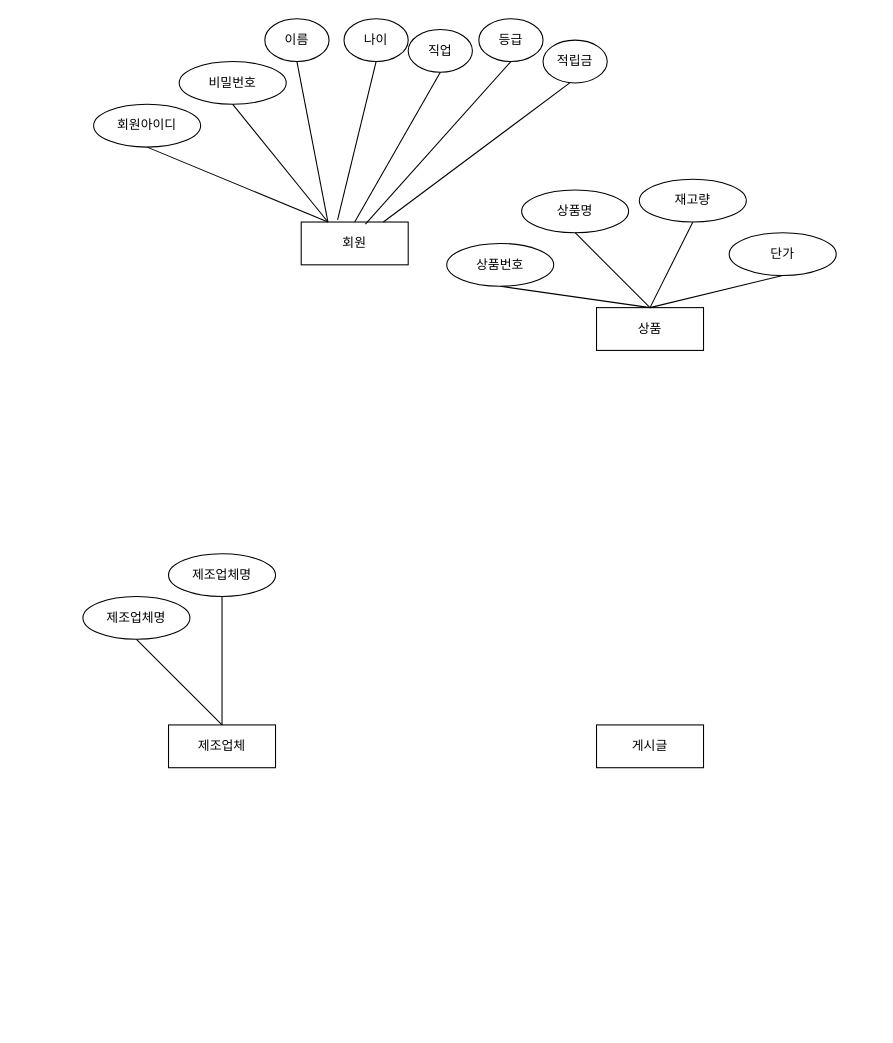
Before: mart.drawio in jinkyungpark/dbdesign, a draw.io diagram. Source tidied: cells renumbered, new cells numbered last; positions are measured from the earlier drawing's top-left corner, leaving out a move shared by most shapes. Both pictures are drawn from the tidied source at 107%, with x=0, y=0 at pixel (82, 18).
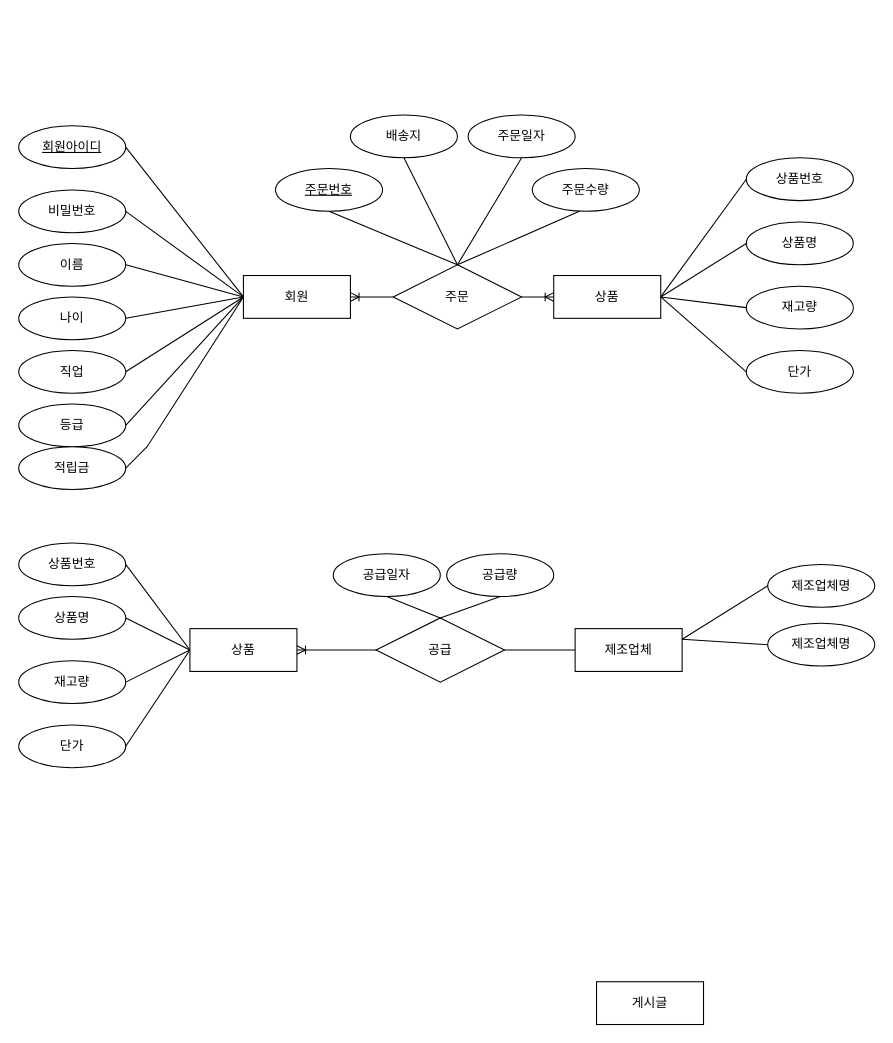
Above is the later version.

The edit, as a diff of the source:
```diff
@@
     <mxCell id="2" value="회원" style="whiteSpace=wrap;html=1;align=center;" parent="1" vertex="1">
-      <mxGeometry x="204" y="190" width="100" height="40" as="geometry" />
+      <mxGeometry x="150" y="240" width="100" height="40" as="geometry" />
     </mxCell>
-    <mxCell id="3" value="상품" style="whiteSpace=wrap;html=1;align=center;" parent="1" vertex="1">
-      <mxGeometry x="480" y="270" width="100" height="40" as="geometry" />
-    </mxCell>
     <mxCell id="4" value="제조업체" style="whiteSpace=wrap;html=1;align=center;" parent="1" vertex="1">
-      <mxGeometry x="80" y="660" width="100" height="40" as="geometry" />
+      <mxGeometry x="460" y="570" width="100" height="40" as="geometry" />
     </mxCell>
     <mxCell id="5" value="게시글" style="whiteSpace=wrap;html=1;align=center;" parent="1" vertex="1">
-      <mxGeometry x="480" y="660" width="100" height="40" as="geometry" />
+      <mxGeometry x="480" y="900" width="100" height="40" as="geometry" />
     </mxCell>
-    <mxCell id="6" value="회원아이디" style="ellipse;whiteSpace=wrap;html=1;align=center;" parent="1" vertex="1">
-      <mxGeometry x="10" y="80" width="100" height="40" as="geometry" />
-    </mxCell>
     <mxCell id="7" value="비밀번호" style="ellipse;whiteSpace=wrap;html=1;align=center;" parent="1" vertex="1">
-      <mxGeometry x="90" y="40" width="100" height="40" as="geometry" />
+      <mxGeometry x="-60" y="160" width="100" height="40" as="geometry" />
     </mxCell>
     <mxCell id="8" value="이름" style="ellipse;whiteSpace=wrap;html=1;align=center;" parent="1" vertex="1">
-      <mxGeometry x="170" width="60" height="40" as="geometry" />
+      <mxGeometry x="-60" y="210" width="100" height="40" as="geometry" />
     </mxCell>
     <mxCell id="9" value="나이" style="ellipse;whiteSpace=wrap;html=1;align=center;" parent="1" vertex="1">
-      <mxGeometry x="244" width="60" height="40" as="geometry" />
+      <mxGeometry x="-60" y="260" width="100" height="40" as="geometry" />
     </mxCell>
     <mxCell id="10" value="직업" style="ellipse;whiteSpace=wrap;html=1;align=center;" parent="1" vertex="1">
-      <mxGeometry x="304" y="10" width="60" height="40" as="geometry" />
+      <mxGeometry x="-60" y="310" width="100" height="40" as="geometry" />
     </mxCell>
     <mxCell id="11" value="등급" style="ellipse;whiteSpace=wrap;html=1;align=center;" parent="1" vertex="1">
-      <mxGeometry x="370" width="60" height="40" as="geometry" />
+      <mxGeometry x="-60" y="360" width="100" height="40" as="geometry" />
     </mxCell>
     <mxCell id="12" value="적립금" style="ellipse;whiteSpace=wrap;html=1;align=center;" parent="1" vertex="1">
-      <mxGeometry x="430" y="20" width="60" height="40" as="geometry" />
+      <mxGeometry x="-60" y="400" width="100" height="40" as="geometry" />
     </mxCell>
-    <mxCell id="13" style="endArrow=none;html=1;rounded=0;entryX=0.5;entryY=1;entryDx=0;entryDy=0;exitX=0.25;exitY=0;exitDx=0;exitDy=0;" parent="1" edge="1" source="2" target="6">
-      <mxGeometry relative="1" as="geometry" />
+    <mxCell id="13" style="endArrow=none;html=1;rounded=0;entryX=1;entryY=0.5;entryDx=0;entryDy=0;" parent="1" edge="1">
+      <mxGeometry relative="1" as="geometry">
+        <mxPoint x="150" y="260" as="sourcePoint" />
+        <mxPoint x="40" y="120" as="targetPoint" />
+      </mxGeometry>
     </mxCell>
-    <mxCell id="14" style="endArrow=none;html=1;rounded=0;entryX=0.5;entryY=1;entryDx=0;entryDy=0;exitX=0.25;exitY=0;exitDx=0;exitDy=0;" parent="1" edge="1" source="2" target="7">
-      <mxGeometry relative="1" as="geometry" />
+    <mxCell id="14" style="endArrow=none;html=1;rounded=0;entryX=1;entryY=0.5;entryDx=0;entryDy=0;" parent="1" edge="1" target="7">
+      <mxGeometry relative="1" as="geometry">
+        <mxPoint x="150" y="260" as="sourcePoint" />
+      </mxGeometry>
     </mxCell>
-    <mxCell id="15" style="endArrow=none;html=1;rounded=0;entryX=0.5;entryY=1;entryDx=0;entryDy=0;exitX=0.25;exitY=0;exitDx=0;exitDy=0;" parent="1" edge="1" source="2" target="8">
-      <mxGeometry relative="1" as="geometry" />
+    <mxCell id="15" style="endArrow=none;html=1;rounded=0;entryX=1;entryY=0.5;entryDx=0;entryDy=0;" parent="1" edge="1" target="8">
+      <mxGeometry relative="1" as="geometry">
+        <mxPoint x="150" y="260" as="sourcePoint" />
+      </mxGeometry>
     </mxCell>
-    <mxCell id="16" style="endArrow=none;html=1;rounded=0;exitX=0.5;exitY=0;exitDx=0;exitDy=0;entryX=0.5;entryY=1;entryDx=0;entryDy=0;" parent="1" edge="1" source="3" target="21">
+    <mxCell id="16" style="endArrow=none;html=1;rounded=0;entryX=0;entryY=0.5;entryDx=0;entryDy=0;exitX=1;exitY=0.5;exitDx=0;exitDy=0;" parent="1" edge="1" source="3" target="21">
       <mxGeometry relative="1" as="geometry" />
     </mxCell>
-    <mxCell id="17" style="endArrow=none;html=1;rounded=0;entryX=0.5;entryY=1;entryDx=0;entryDy=0;exitX=0.34;exitY=-0.05;exitDx=0;exitDy=0;exitPerimeter=0;" parent="1" edge="1" source="2" target="9">
-      <mxGeometry relative="1" as="geometry" />
+    <mxCell id="17" style="endArrow=none;html=1;rounded=0;entryX=1;entryY=0.5;entryDx=0;entryDy=0;" parent="1" edge="1" target="9">
+      <mxGeometry relative="1" as="geometry">
+        <mxPoint x="150" y="260" as="sourcePoint" />
+      </mxGeometry>
     </mxCell>
-    <mxCell id="18" style="endArrow=none;html=1;rounded=0;entryX=0.5;entryY=1;entryDx=0;entryDy=0;exitX=0.5;exitY=0;exitDx=0;exitDy=0;" parent="1" edge="1" source="2" target="10">
-      <mxGeometry relative="1" as="geometry" />
+    <mxCell id="18" style="endArrow=none;html=1;rounded=0;entryX=1;entryY=0.5;entryDx=0;entryDy=0;" parent="1" edge="1" target="10">
+      <mxGeometry relative="1" as="geometry">
+        <mxPoint x="150" y="260" as="sourcePoint" />
+      </mxGeometry>
     </mxCell>
-    <mxCell id="19" style="endArrow=none;html=1;rounded=0;entryX=0.5;entryY=1;entryDx=0;entryDy=0;exitX=0.6;exitY=0.05;exitDx=0;exitDy=0;exitPerimeter=0;" parent="1" edge="1" source="2" target="11">
+    <mxCell id="19" style="endArrow=none;html=1;rounded=0;entryX=1;entryY=0.5;entryDx=0;entryDy=0;exitX=0;exitY=0.5;exitDx=0;exitDy=0;" parent="1" edge="1" source="2" target="11">
       <mxGeometry relative="1" as="geometry" />
     </mxCell>
-    <mxCell id="20" style="endArrow=none;html=1;rounded=0;entryX=0.5;entryY=1;entryDx=0;entryDy=0;" parent="1" edge="1" source="2">
+    <mxCell id="20" style="endArrow=none;html=1;rounded=0;entryX=1;entryY=0.5;entryDx=0;entryDy=0;exitX=0;exitY=0.5;exitDx=0;exitDy=0;" parent="1" edge="1" source="2" target="12">
       <mxGeometry relative="1" as="geometry">
-        <mxPoint x="455" y="60" as="targetPoint" />
+        <Array as="points">
+          <mxPoint x="60" y="400" />
+        </Array>
       </mxGeometry>
     </mxCell>
     <mxCell id="21" value="상품번호" style="ellipse;whiteSpace=wrap;html=1;align=center;" parent="1" vertex="1">
-      <mxGeometry x="340" y="210" width="100" height="40" as="geometry" />
+      <mxGeometry x="620" y="130" width="100" height="40" as="geometry" />
     </mxCell>
     <mxCell id="22" value="상품명" style="ellipse;whiteSpace=wrap;html=1;align=center;" parent="1" vertex="1">
-      <mxGeometry x="410" y="160" width="100" height="40" as="geometry" />
+      <mxGeometry x="620" y="190" width="100" height="40" as="geometry" />
     </mxCell>
     <mxCell id="23" value="재고량" style="ellipse;whiteSpace=wrap;html=1;align=center;" parent="1" vertex="1">
-      <mxGeometry x="520" y="150" width="100" height="40" as="geometry" />
+      <mxGeometry x="620" y="250" width="100" height="40" as="geometry" />
     </mxCell>
     <mxCell id="24" value="단가" style="ellipse;whiteSpace=wrap;html=1;align=center;" parent="1" vertex="1">
-      <mxGeometry x="604" y="200" width="100" height="40" as="geometry" />
+      <mxGeometry x="620" y="310" width="100" height="40" as="geometry" />
     </mxCell>
-    <mxCell id="25" style="endArrow=none;html=1;rounded=0;exitX=0.5;exitY=0;exitDx=0;exitDy=0;entryX=0.5;entryY=1;entryDx=0;entryDy=0;" parent="1" edge="1" source="3" target="22">
+    <mxCell id="25" style="endArrow=none;html=1;rounded=0;entryX=0;entryY=0.5;entryDx=0;entryDy=0;exitX=1;exitY=0.5;exitDx=0;exitDy=0;" parent="1" edge="1" source="3" target="22">
       <mxGeometry relative="1" as="geometry" />
     </mxCell>
-    <mxCell id="26" style="endArrow=none;html=1;rounded=0;exitX=0.5;exitY=0;exitDx=0;exitDy=0;entryX=0.5;entryY=1;entryDx=0;entryDy=0;" parent="1" edge="1" source="3" target="23">
+    <mxCell id="26" style="endArrow=none;html=1;rounded=0;entryX=0;entryY=0.5;entryDx=0;entryDy=0;exitX=1;exitY=0.5;exitDx=0;exitDy=0;" parent="1" edge="1" source="3" target="23">
       <mxGeometry relative="1" as="geometry" />
     </mxCell>
-    <mxCell id="27" style="endArrow=none;html=1;rounded=0;exitX=0.5;exitY=0;exitDx=0;exitDy=0;entryX=0.5;entryY=1;entryDx=0;entryDy=0;" parent="1" edge="1" source="3" target="24">
+    <mxCell id="27" style="endArrow=none;html=1;rounded=0;entryX=0;entryY=0.5;entryDx=0;entryDy=0;exitX=1;exitY=0.5;exitDx=0;exitDy=0;" parent="1" edge="1" source="3" target="24">
       <mxGeometry relative="1" as="geometry" />
     </mxCell>
     <mxCell id="28" value="제조업체명" style="ellipse;whiteSpace=wrap;html=1;align=center;" parent="1" vertex="1">
-      <mxGeometry y="540" width="100" height="40" as="geometry" />
+      <mxGeometry x="640" y="565" width="100" height="40" as="geometry" />
     </mxCell>
-    <mxCell id="29" style="endArrow=none;html=1;rounded=0;entryX=0.5;entryY=1;entryDx=0;entryDy=0;exitX=0.5;exitY=0;exitDx=0;exitDy=0;" parent="1" edge="1" source="4" target="28">
+    <mxCell id="29" style="endArrow=none;html=1;rounded=0;entryX=0;entryY=0.5;entryDx=0;entryDy=0;exitX=1;exitY=0.25;exitDx=0;exitDy=0;" parent="1" edge="1" source="4" target="28">
       <mxGeometry relative="1" as="geometry" />
     </mxCell>
     <mxCell id="30" value="제조업체명" style="ellipse;whiteSpace=wrap;html=1;align=center;" parent="1" vertex="1">
-      <mxGeometry x="80" y="500" width="100" height="40" as="geometry" />
+      <mxGeometry x="640" y="510" width="100" height="40" as="geometry" />
     </mxCell>
-    <mxCell id="31" style="endArrow=none;html=1;rounded=0;entryX=0.5;entryY=1;entryDx=0;entryDy=0;exitX=0.5;exitY=0;exitDx=0;exitDy=0;" parent="1" edge="1" source="4" target="30">
+    <mxCell id="31" style="endArrow=none;html=1;rounded=0;entryX=0;entryY=0.5;entryDx=0;entryDy=0;exitX=1;exitY=0.25;exitDx=0;exitDy=0;" parent="1" edge="1" source="4" target="30">
       <mxGeometry relative="1" as="geometry" />
     </mxCell>
+    <mxCell id="32" value="주문" style="shape=rhombus;perimeter=rhombusPerimeter;whiteSpace=wrap;html=1;align=center;" parent="1" vertex="1">
+      <mxGeometry x="290" y="230" width="120" height="60" as="geometry" />
+    </mxCell>
+    <mxCell id="33" style="endArrow=none;html=1;rounded=0;entryX=0;entryY=0.5;entryDx=0;entryDy=0;" parent="1" edge="1" target="3">
+      <mxGeometry relative="1" as="geometry">
+        <mxPoint x="450" y="260" as="sourcePoint" />
+      </mxGeometry>
+    </mxCell>
+    <mxCell id="3" value="상품" style="whiteSpace=wrap;html=1;align=center;" parent="1" vertex="1">
+      <mxGeometry x="440" y="240" width="100" height="40" as="geometry" />
+    </mxCell>
+    <mxCell id="34" style="edgeStyle=entityRelationEdgeStyle;fontSize=12;html=1;endArrow=ERoneToMany;rounded=0;exitX=0;exitY=0.5;exitDx=0;exitDy=0;entryX=1;entryY=0.5;entryDx=0;entryDy=0;" parent="1" edge="1" source="32" target="2">
+      <mxGeometry relative="1" as="geometry" />
+    </mxCell>
+    <mxCell id="35" style="edgeStyle=entityRelationEdgeStyle;fontSize=12;html=1;endArrow=ERoneToMany;rounded=0;entryX=0;entryY=0.5;entryDx=0;entryDy=0;" parent="1" edge="1" target="3">
+      <mxGeometry relative="1" as="geometry">
+        <mxPoint x="410" y="260" as="sourcePoint" />
+        <Array as="points">
+          <mxPoint x="420" y="260" />
+        </Array>
+      </mxGeometry>
+    </mxCell>
+    <mxCell id="6" value="회원아이디" style="ellipse;whiteSpace=wrap;html=1;align=center;fontStyle=4;" parent="1" vertex="1">
+      <mxGeometry x="-60" y="100" width="100" height="40" as="geometry" />
+    </mxCell>
+    <mxCell id="36" value="주문번호" style="ellipse;whiteSpace=wrap;html=1;align=center;fontStyle=4;" parent="1" vertex="1">
+      <mxGeometry x="180" y="140" width="100" height="40" as="geometry" />
+    </mxCell>
+    <mxCell id="37" value="주문수량" style="ellipse;whiteSpace=wrap;html=1;align=center;" parent="1" vertex="1">
+      <mxGeometry x="420" y="140" width="100" height="40" as="geometry" />
+    </mxCell>
+    <mxCell id="38" value="배송지" style="ellipse;whiteSpace=wrap;html=1;align=center;" parent="1" vertex="1">
+      <mxGeometry x="250" y="90" width="100" height="40" as="geometry" />
+    </mxCell>
+    <mxCell id="39" value="주문일자" style="ellipse;whiteSpace=wrap;html=1;align=center;" parent="1" vertex="1">
+      <mxGeometry x="360" y="90" width="100" height="40" as="geometry" />
+    </mxCell>
+    <mxCell id="40" style="endArrow=none;html=1;rounded=0;entryX=0.5;entryY=1;entryDx=0;entryDy=0;exitX=0.5;exitY=0;exitDx=0;exitDy=0;" parent="1" edge="1" source="32" target="36">
+      <mxGeometry relative="1" as="geometry" />
+    </mxCell>
+    <mxCell id="41" style="endArrow=none;html=1;rounded=0;entryX=0.5;entryY=1;entryDx=0;entryDy=0;" parent="1" edge="1" target="38">
+      <mxGeometry relative="1" as="geometry">
+        <mxPoint x="350" y="230" as="sourcePoint" />
+      </mxGeometry>
+    </mxCell>
+    <mxCell id="42" style="endArrow=none;html=1;rounded=0;entryX=0.44;entryY=1;entryDx=0;entryDy=0;exitX=0.5;exitY=0;exitDx=0;exitDy=0;entryPerimeter=0;" parent="1" edge="1" source="32" target="37">
+      <mxGeometry relative="1" as="geometry" />
+    </mxCell>
+    <mxCell id="43" style="endArrow=none;html=1;rounded=0;entryX=0.5;entryY=1;entryDx=0;entryDy=0;" parent="1" edge="1" target="39">
+      <mxGeometry relative="1" as="geometry">
+        <mxPoint x="350" y="230" as="sourcePoint" />
+      </mxGeometry>
+    </mxCell>
+    <mxCell id="44" style="endArrow=none;html=1;rounded=0;entryX=1;entryY=0.5;entryDx=0;entryDy=0;exitX=0;exitY=0.5;exitDx=0;exitDy=0;" parent="1" edge="1" source="52" target="45">
+      <mxGeometry relative="1" as="geometry" />
+    </mxCell>
+    <mxCell id="45" value="상품번호" style="ellipse;whiteSpace=wrap;html=1;align=center;" parent="1" vertex="1">
+      <mxGeometry x="-60" y="490" width="100" height="40" as="geometry" />
+    </mxCell>
+    <mxCell id="46" value="상품명" style="ellipse;whiteSpace=wrap;html=1;align=center;" parent="1" vertex="1">
+      <mxGeometry x="-60" y="540" width="100" height="40" as="geometry" />
+    </mxCell>
+    <mxCell id="47" value="재고량" style="ellipse;whiteSpace=wrap;html=1;align=center;" parent="1" vertex="1">
+      <mxGeometry x="-60" y="600" width="100" height="40" as="geometry" />
+    </mxCell>
+    <mxCell id="48" value="단가" style="ellipse;whiteSpace=wrap;html=1;align=center;" parent="1" vertex="1">
+      <mxGeometry x="-60" y="660" width="100" height="40" as="geometry" />
+    </mxCell>
+    <mxCell id="49" style="endArrow=none;html=1;rounded=0;entryX=1;entryY=0.5;entryDx=0;entryDy=0;exitX=0;exitY=0.5;exitDx=0;exitDy=0;" parent="1" edge="1" source="52" target="46">
+      <mxGeometry relative="1" as="geometry" />
+    </mxCell>
+    <mxCell id="50" style="endArrow=none;html=1;rounded=0;entryX=1;entryY=0.5;entryDx=0;entryDy=0;exitX=0;exitY=0.5;exitDx=0;exitDy=0;" parent="1" edge="1" source="52" target="47">
+      <mxGeometry relative="1" as="geometry" />
+    </mxCell>
+    <mxCell id="51" style="endArrow=none;html=1;rounded=0;entryX=1;entryY=0.5;entryDx=0;entryDy=0;exitX=0;exitY=0.5;exitDx=0;exitDy=0;" parent="1" edge="1" source="52" target="48">
+      <mxGeometry relative="1" as="geometry" />
+    </mxCell>
+    <mxCell id="52" value="상품" style="whiteSpace=wrap;html=1;align=center;" parent="1" vertex="1">
+      <mxGeometry x="100" y="570" width="100" height="40" as="geometry" />
+    </mxCell>
+    <mxCell id="53" style="edgeStyle=entityRelationEdgeStyle;fontSize=12;html=1;endArrow=ERoneToMany;rounded=0;exitX=0;exitY=0.5;exitDx=0;exitDy=0;entryX=1;entryY=0.5;entryDx=0;entryDy=0;" parent="1" edge="1" source="4" target="52">
+      <mxGeometry relative="1" as="geometry" />
+    </mxCell>
+    <mxCell id="54" value="공급" style="shape=rhombus;perimeter=rhombusPerimeter;whiteSpace=wrap;html=1;align=center;" parent="1" vertex="1">
+      <mxGeometry x="274" y="560" width="120" height="60" as="geometry" />
+    </mxCell>
+    <mxCell id="55" value="공급일자" style="ellipse;whiteSpace=wrap;html=1;align=center;" parent="1" vertex="1">
+      <mxGeometry x="234" y="500" width="100" height="40" as="geometry" />
+    </mxCell>
+    <mxCell id="56" value="공급량" style="ellipse;whiteSpace=wrap;html=1;align=center;" parent="1" vertex="1">
+      <mxGeometry x="340" y="500" width="100" height="40" as="geometry" />
+    </mxCell>
+    <mxCell id="57" style="endArrow=none;html=1;rounded=0;entryX=0.5;entryY=0;entryDx=0;entryDy=0;exitX=0.5;exitY=1;exitDx=0;exitDy=0;" parent="1" edge="1" source="55" target="54">
+      <mxGeometry relative="1" as="geometry" />
+    </mxCell>
+    <mxCell id="58" style="endArrow=none;html=1;rounded=0;entryX=0.5;entryY=0;entryDx=0;entryDy=0;exitX=0.5;exitY=1;exitDx=0;exitDy=0;" parent="1" edge="1" source="56" target="54">
+      <mxGeometry relative="1" as="geometry" />
+    </mxCell>
```
